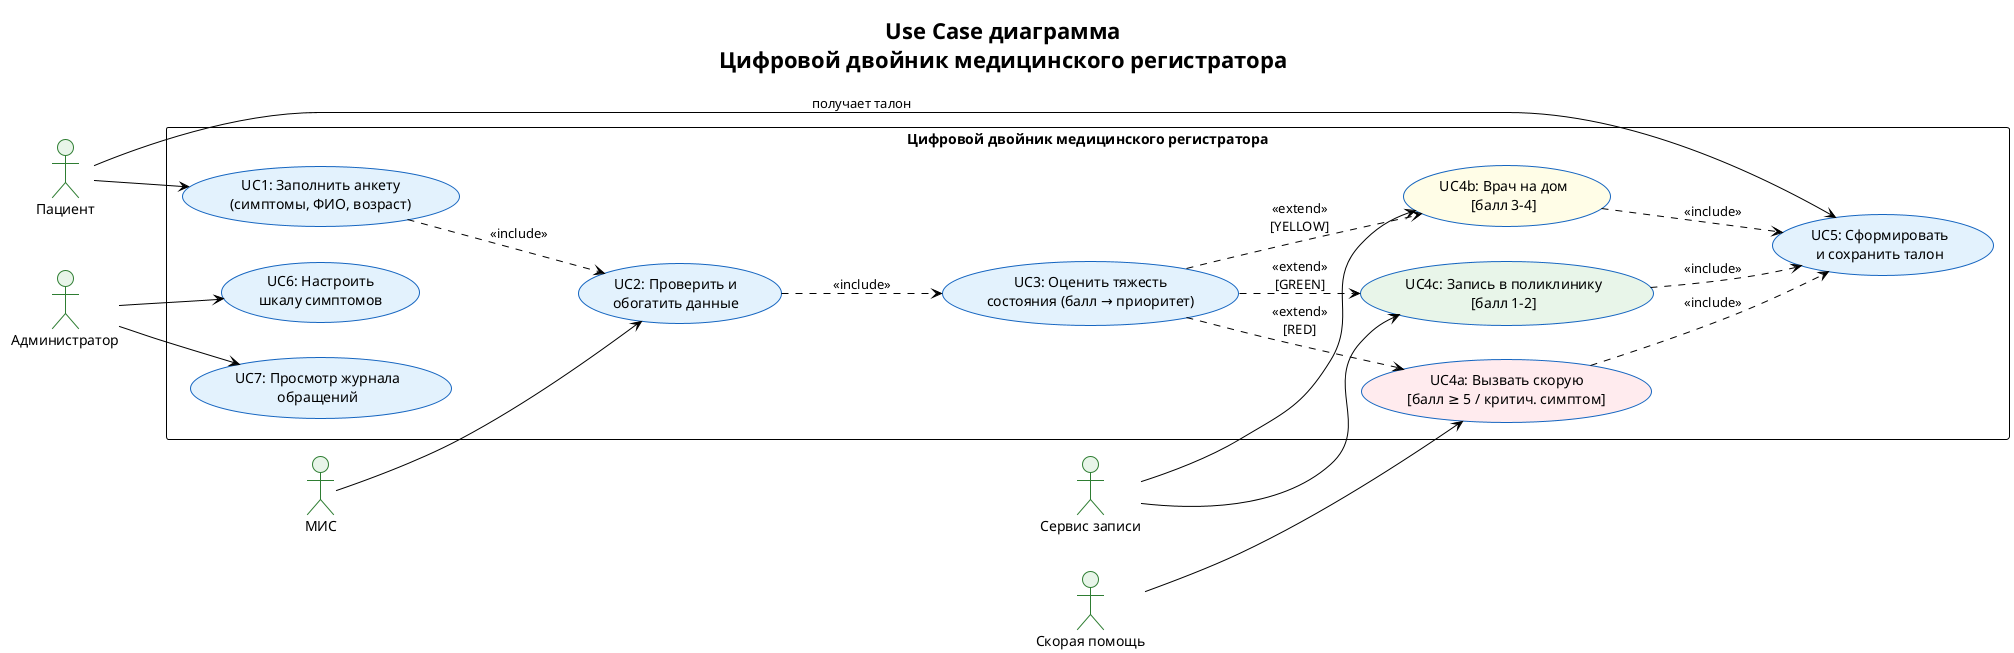
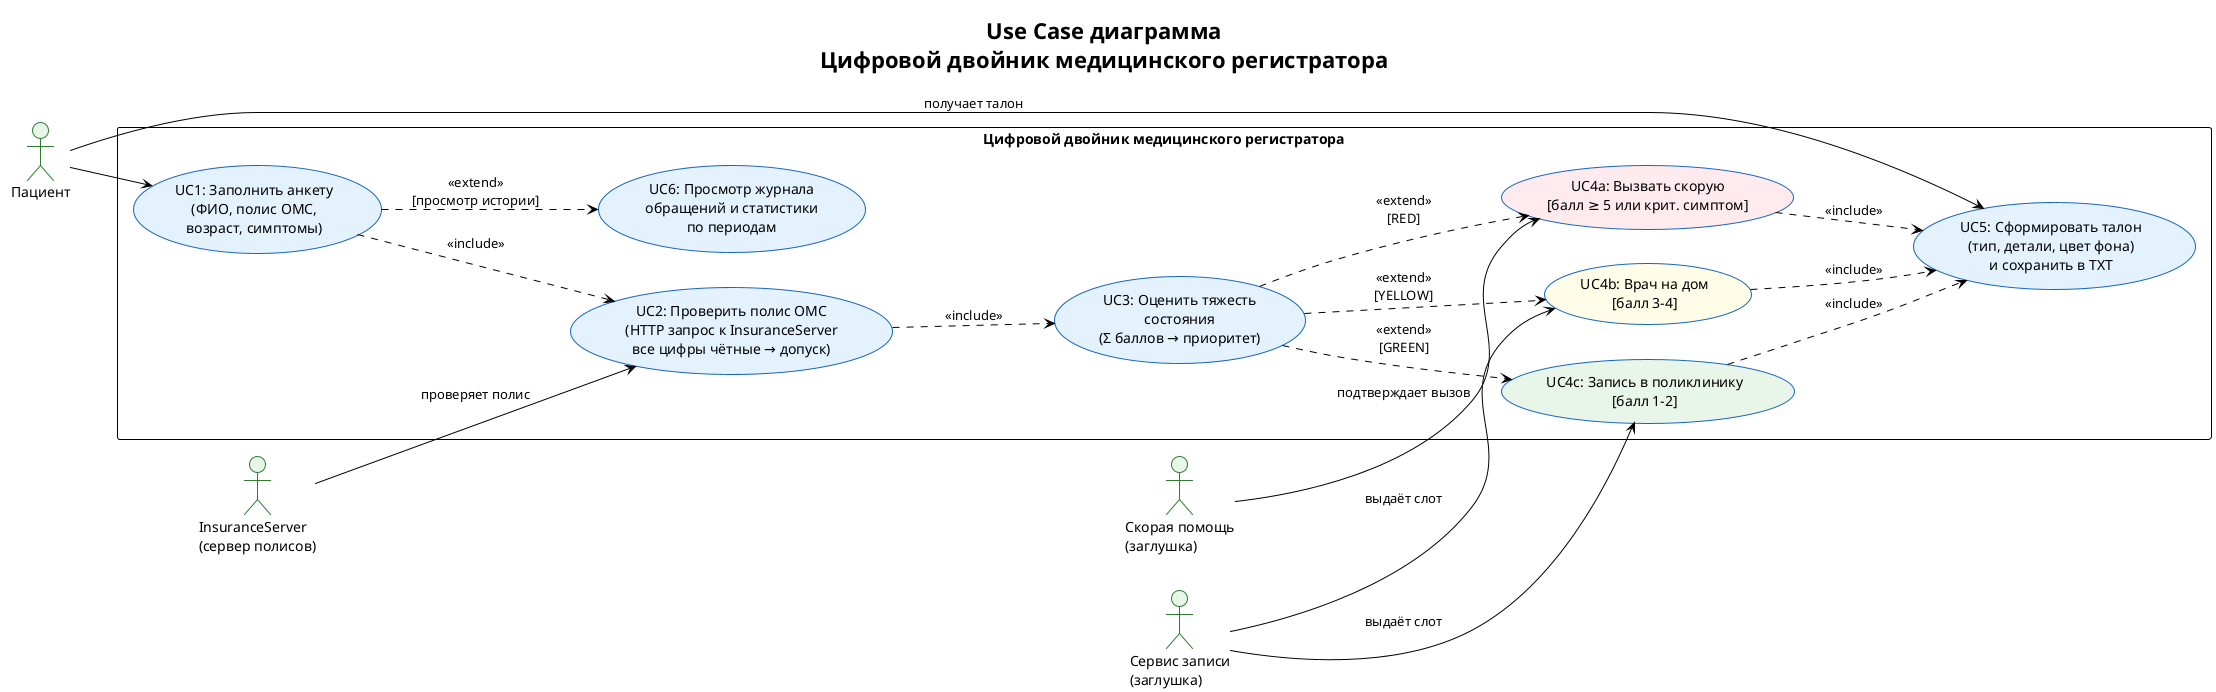
@startuml usecase
!theme plain
skinparam defaultFontName Arial
skinparam usecase {
    BackgroundColor #E3F2FD
    BorderColor #1565C0
}
skinparam actor {
    BackgroundColor #E8F5E9
    BorderColor #2E7D32
}

title Use Case диаграмма\nЦифровой двойник медицинского регистратора

left to right direction

actor "Пациент" as P
- actor "Администратор" as A
- actor "МИС" as MIS
- actor "Сервис записи" as SCH
- actor "Скорая помощь" as EMG
+ actor "InsuranceServer\n(сервер полисов)" as IS
+ actor "Сервис записи\n(заглушка)" as SCH
+ actor "Скорая помощь\n(заглушка)" as EMG

rectangle "Цифровой двойник медицинского регистратора" {
-     usecase "UC1: Заполнить анкету\n(симптомы, ФИО, возраст)" as UC1
-     usecase "UC2: Проверить и\nобогатить данные" as UC2
-     usecase "UC3: Оценить тяжесть\nсостояния (балл → приоритет)" as UC3
-     usecase "UC4a: Вызвать скорую\n[балл ≥ 5 / критич. симптом]" as UC4a #FFEBEE
+     usecase "UC1: Заполнить анкету\n(ФИО, полис ОМС,\nвозраст, симптомы)" as UC1
+ 
+     usecase "UC2: Проверить полис ОМС\n(HTTP запрос к InsuranceServer\nвсе цифры чётные → допуск)" as UC2
+ 
+     usecase "UC3: Оценить тяжесть\nсостояния\n(Σ баллов → приоритет)" as UC3
+ 
+     usecase "UC4a: Вызвать скорую\n[балл ≥ 5 или крит. симптом]" as UC4a #FFEBEE
+ 
    usecase "UC4b: Врач на дом\n[балл 3–4]" as UC4b #FFFDE7
+ 
    usecase "UC4c: Запись в поликлинику\n[балл 1–2]" as UC4c #E8F5E9
-     usecase "UC5: Сформировать\nи сохранить талон" as UC5
-     usecase "UC6: Настроить\nшкалу симптомов" as UC6
-     usecase "UC7: Просмотр журнала\nобращений" as UC7
+ 
+     usecase "UC5: Сформировать талон\n(тип, детали, цвет фона)\nи сохранить в TXT" as UC5
+ 
+     usecase "UC6: Просмотр журнала\nобращений и статистики\nпо периодам" as UC6
}

P --> UC1
P --> UC5 : получает талон
- A --> UC6
- A --> UC7

UC1 ..> UC2 : <<include>>
UC2 ..> UC3 : <<include>>
UC3 ..> UC4a : <<extend>>\n[RED]
UC3 ..> UC4b : <<extend>>\n[YELLOW]
UC3 ..> UC4c : <<extend>>\n[GREEN]
UC4a ..> UC5 : <<include>>
UC4b ..> UC5 : <<include>>
UC4c ..> UC5 : <<include>>
+ UC1 ..> UC6 : <<extend>>\n[просмотр истории]

- MIS --> UC2
- SCH --> UC4b
- SCH --> UC4c
- EMG --> UC4a
+ IS --> UC2 : проверяет полис
+ SCH --> UC4b : выдаёт слот
+ SCH --> UC4c : выдаёт слот
+ EMG --> UC4a : подтверждает вызов
@enduml